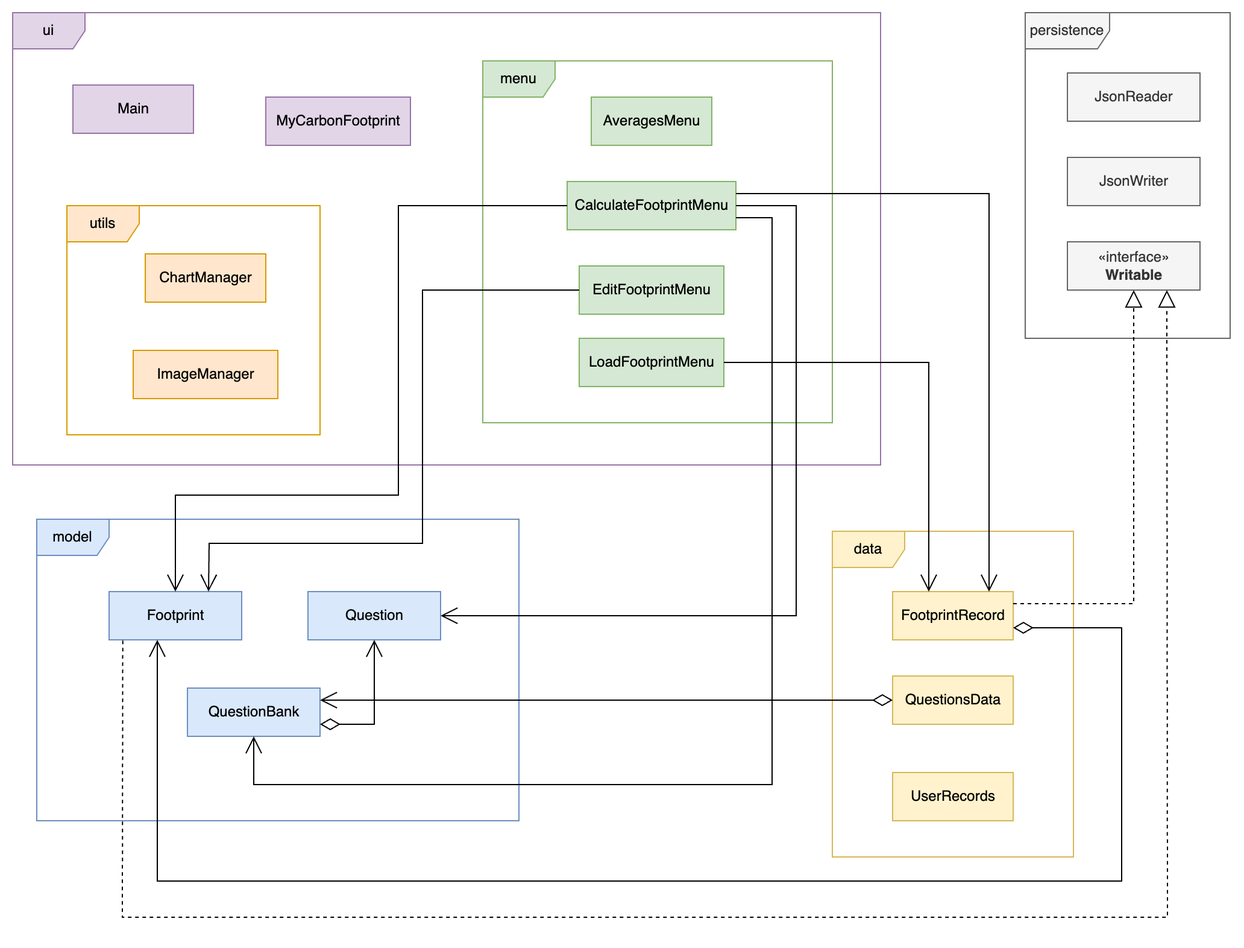
The draw.io diagram UML_Design_Diagram.png in jogonat121/My-Carbon-Footprint, before a commit. Source tidied: cells renumbered, new cells last; positions are measured from the earlier drawing's top-left corner, leaving out a move shared by most shapes.
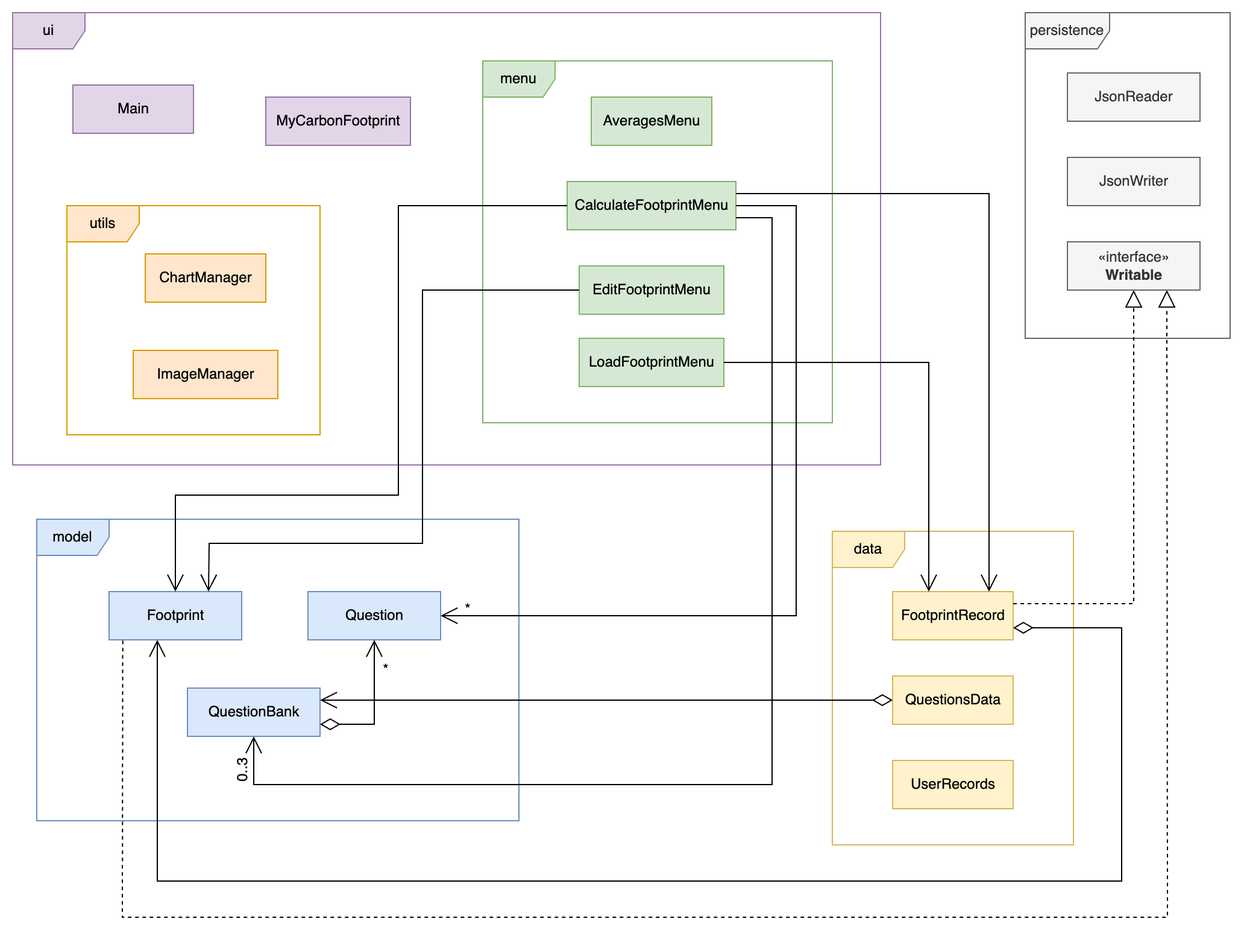
After the change.

Commit message:
Updated UML class design diagram collections bounds

What changed in the source:
```diff
@@ -3,7 +3,7 @@
     <mxCell id="0" />
     <mxCell id="1" parent="0" />
     <mxCell id="2" value="data" style="shape=umlFrame;whiteSpace=wrap;html=1;fillColor=#fff2cc;strokeColor=#d6b656;gradientColor=none;fillStyle=auto;swimlaneFillColor=none;shadow=0;" parent="1" vertex="1">
-      <mxGeometry x="680" y="430" width="200" height="270" as="geometry" />
+      <mxGeometry x="680" y="430" width="200" height="260" as="geometry" />
     </mxCell>
     <mxCell id="3" value="FootprintRecord" style="html=1;fillColor=#fff2cc;strokeColor=#d6b656;rounded=0;glass=0;shadow=0;" parent="1" vertex="1">
       <mxGeometry x="730" y="480" width="100" height="40" as="geometry" />
@@ -12,7 +12,7 @@
       <mxGeometry x="730" y="550" width="100" height="40" as="geometry" />
     </mxCell>
     <mxCell id="5" value="UserRecords" style="html=1;fillColor=#fff2cc;strokeColor=#d6b656;rounded=0;glass=0;shadow=0;" parent="1" vertex="1">
-      <mxGeometry x="730" y="630" width="100" height="40" as="geometry" />
+      <mxGeometry x="730" y="620" width="100" height="40" as="geometry" />
     </mxCell>
     <mxCell id="6" value="model" style="shape=umlFrame;whiteSpace=wrap;html=1;rounded=0;shadow=0;glass=0;sketch=0;fillStyle=auto;fillColor=#dae8fc;strokeColor=#6c8ebf;" parent="1" vertex="1">
       <mxGeometry x="20" y="420" width="400" height="250" as="geometry" />
@@ -155,5 +155,14 @@
     <mxCell id="35" style="endArrow=open;html=1;endSize=12;startArrow=diamondThin;startSize=14;startFill=0;edgeStyle=orthogonalEdgeStyle;align=left;verticalAlign=bottom;rounded=0;exitX=1;exitY=0.75;exitDx=0;exitDy=0;entryX=0.5;entryY=1;entryDx=0;entryDy=0;" parent="1" edge="1" source="9" target="8">
       <mxGeometry x="-1" y="3" relative="1" as="geometry" />
     </mxCell>
+    <mxCell id="36" value="0..3" style="text;html=1;strokeColor=none;fillColor=none;align=center;verticalAlign=middle;whiteSpace=wrap;rounded=0;rotation=-90;" parent="1" vertex="1">
+      <mxGeometry x="161" y="613" width="60" height="30" as="geometry" />
+    </mxCell>
+    <mxCell id="37" value="*" style="text;html=1;strokeColor=none;fillColor=none;align=center;verticalAlign=middle;whiteSpace=wrap;rounded=0;" parent="1" vertex="1">
+      <mxGeometry x="348" y="480" width="60" height="30" as="geometry" />
+    </mxCell>
+    <mxCell id="38" value="*" style="text;html=1;strokeColor=none;fillColor=none;align=center;verticalAlign=middle;whiteSpace=wrap;rounded=0;" parent="1" vertex="1">
+      <mxGeometry x="280" y="530" width="60" height="30" as="geometry" />
+    </mxCell>
   </root>
 </mxGraphModel>
```
